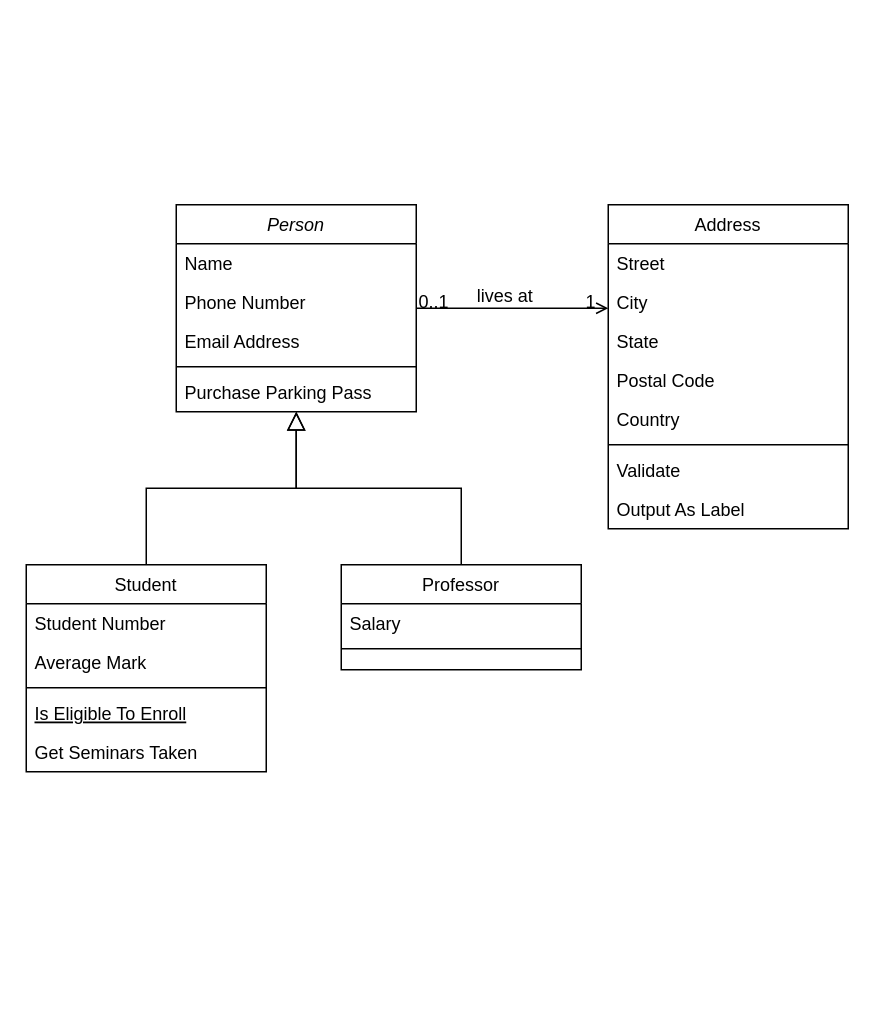
Earlier version of the draw.io diagram kelasdiagram.drawio (HusniHadiyani/jobsheet). Source tidied: cells renumbered, new cells numbered last; positions are measured from the earlier drawing's top-left corner, leaving out a move shared by most shapes. Both pictures are drawn from the tidied source at 150%, with x=0, y=0 at pixel (26, 204).
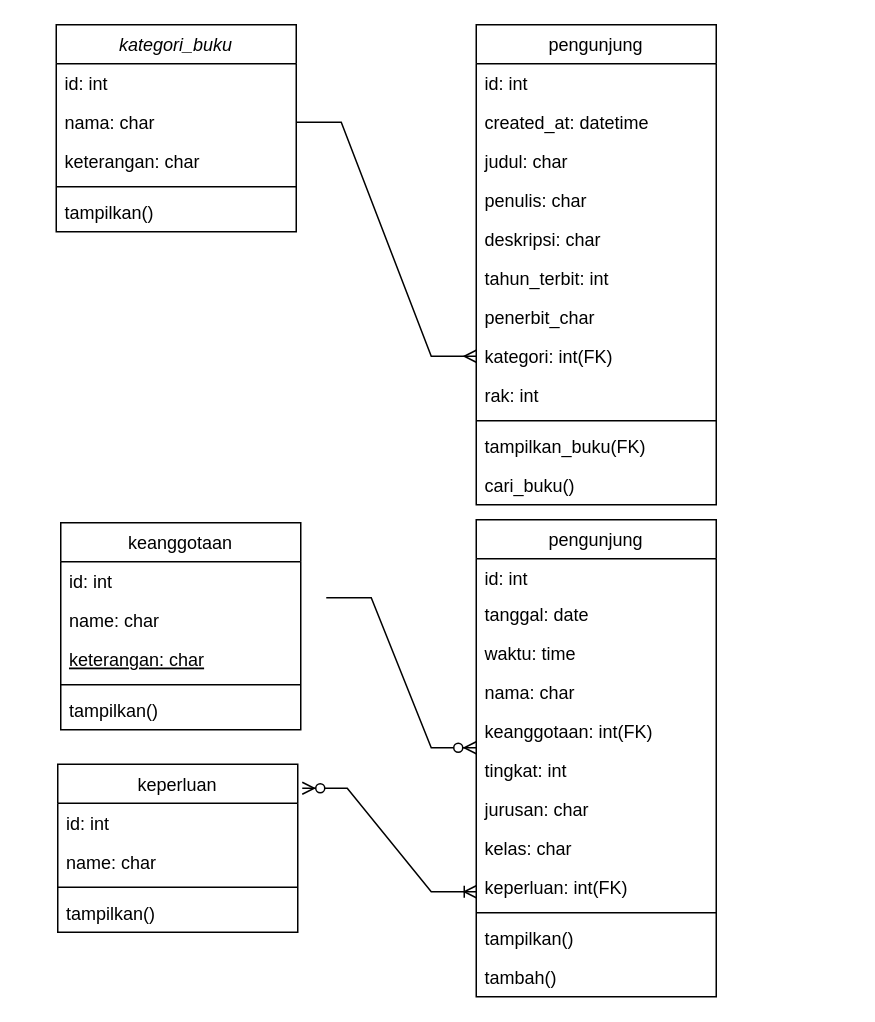
The same page after the edit.

The edit, as a diff of the source:
```diff
@@
-    <mxCell id="2" value="Person" style="swimlane;fontStyle=2;align=center;verticalAlign=top;horizontal=1;startSize=26;rounded=0;shadow=0;strokeWidth=1;" parent="1" vertex="1">
-      <mxGeometry x="100" width="160" height="138" as="geometry" />
+    <mxCell id="2" value="kategori_buku" style="swimlane;fontStyle=2;align=center;verticalAlign=top;horizontal=1;startSize=26;rounded=0;shadow=0;strokeWidth=1;" parent="1" vertex="1">
+      <mxGeometry x="20" y="-120" width="160" height="138" as="geometry" />
     </mxCell>
-    <mxCell id="3" value="Name" style="text;align=left;verticalAlign=top;spacingLeft=4;spacingRight=4;overflow=hidden;" parent="2" vertex="1">
+    <mxCell id="3" value="id: int" style="text;align=left;verticalAlign=top;spacingLeft=4;spacingRight=4;overflow=hidden;" parent="2" vertex="1">
       <mxGeometry y="26" width="160" height="26" as="geometry" />
     </mxCell>
-    <mxCell id="4" value="Phone Number" style="text;align=left;verticalAlign=top;spacingLeft=4;spacingRight=4;overflow=hidden;points=[[0,0.5],[1,0.5]];portConstraint=eastwest;rounded=0;shadow=0;html=0;" parent="2" vertex="1">
+    <mxCell id="4" value="nama: char" style="text;align=left;verticalAlign=top;spacingLeft=4;spacingRight=4;overflow=hidden;points=[[0,0.5],[1,0.5]];portConstraint=eastwest;rounded=0;shadow=0;html=0;" parent="2" vertex="1">
       <mxGeometry y="52" width="160" height="26" as="geometry" />
     </mxCell>
-    <mxCell id="5" value="Email Address" style="text;align=left;verticalAlign=top;spacingLeft=4;spacingRight=4;overflow=hidden;rounded=0;shadow=0;html=0;" parent="2" vertex="1">
+    <mxCell id="5" value="keterangan: char" style="text;align=left;verticalAlign=top;spacingLeft=4;spacingRight=4;overflow=hidden;rounded=0;shadow=0;html=0;" parent="2" vertex="1">
       <mxGeometry y="78" width="160" height="26" as="geometry" />
     </mxCell>
@@
-    <mxCell id="7" value="Purchase Parking Pass" style="text;align=left;verticalAlign=top;spacingLeft=4;spacingRight=4;overflow=hidden;" parent="2" vertex="1">
+    <mxCell id="7" value="tampilkan()" style="text;align=left;verticalAlign=top;spacingLeft=4;spacingRight=4;overflow=hidden;" parent="2" vertex="1">
       <mxGeometry y="112" width="160" height="26" as="geometry" />
     </mxCell>
-    <mxCell id="8" value="Student" style="swimlane;fontStyle=0;align=center;verticalAlign=top;horizontal=1;startSize=26;rounded=0;shadow=0;strokeWidth=1;" parent="1" vertex="1">
-      <mxGeometry y="240" width="160" height="138" as="geometry" />
+    <mxCell id="8" value="keanggotaan" style="swimlane;fontStyle=0;align=center;verticalAlign=top;horizontal=1;startSize=26;rounded=0;shadow=0;strokeWidth=1;" parent="1" vertex="1">
+      <mxGeometry x="23" y="212" width="160" height="138" as="geometry" />
     </mxCell>
-    <mxCell id="9" value="Student Number" style="text;align=left;verticalAlign=top;spacingLeft=4;spacingRight=4;overflow=hidden;" parent="8" vertex="1">
+    <mxCell id="9" value="id: int" style="text;align=left;verticalAlign=top;spacingLeft=4;spacingRight=4;overflow=hidden;" parent="8" vertex="1">
       <mxGeometry y="26" width="160" height="26" as="geometry" />
     </mxCell>
-    <mxCell id="10" value="Average Mark" style="text;align=left;verticalAlign=top;spacingLeft=4;spacingRight=4;overflow=hidden;rounded=0;shadow=0;html=0;" parent="8" vertex="1">
+    <mxCell id="10" value="name: char" style="text;align=left;verticalAlign=top;spacingLeft=4;spacingRight=4;overflow=hidden;rounded=0;shadow=0;html=0;" parent="8" vertex="1">
       <mxGeometry y="52" width="160" height="26" as="geometry" />
     </mxCell>
+    <mxCell id="12" value="keterangan: char" style="text;align=left;verticalAlign=top;spacingLeft=4;spacingRight=4;overflow=hidden;fontStyle=4;" parent="8" vertex="1">
+      <mxGeometry y="78" width="160" height="26" as="geometry" />
+    </mxCell>
     <mxCell id="11" style="line;html=1;strokeWidth=1;align=left;verticalAlign=middle;spacingTop=-1;spacingLeft=3;spacingRight=3;labelPosition=right;" parent="8" vertex="1">
-      <mxGeometry y="78" width="160" height="8" as="geometry" />
+      <mxGeometry y="104" width="160" height="8" as="geometry" />
     </mxCell>
-    <mxCell id="12" value="Is Eligible To Enroll" style="text;align=left;verticalAlign=top;spacingLeft=4;spacingRight=4;overflow=hidden;fontStyle=4;" parent="8" vertex="1">
-      <mxGeometry y="86" width="160" height="26" as="geometry" />
-    </mxCell>
-    <mxCell id="13" value="Get Seminars Taken" style="text;align=left;verticalAlign=top;spacingLeft=4;spacingRight=4;overflow=hidden;" parent="8" vertex="1">
+    <mxCell id="13" value="tampilkan()" style="text;align=left;verticalAlign=top;spacingLeft=4;spacingRight=4;overflow=hidden;" parent="8" vertex="1">
       <mxGeometry y="112" width="160" height="26" as="geometry" />
     </mxCell>
-    <mxCell id="14" style="endArrow=block;endSize=10;endFill=0;shadow=0;strokeWidth=1;rounded=0;edgeStyle=elbowEdgeStyle;elbow=vertical;" parent="1" edge="1" source="8" target="2">
-      <mxGeometry relative="1" as="geometry" />
-    </mxCell>
-    <mxCell id="15" value="Professor" style="swimlane;fontStyle=0;align=center;verticalAlign=top;horizontal=1;startSize=26;rounded=0;shadow=0;strokeWidth=1;" parent="1" vertex="1">
-      <mxGeometry x="210" y="240" width="160" height="70" as="geometry" />
-    </mxCell>
-    <mxCell id="16" value="Salary" style="text;align=left;verticalAlign=top;spacingLeft=4;spacingRight=4;overflow=hidden;" parent="15" vertex="1">
-      <mxGeometry y="26" width="160" height="26" as="geometry" />
-    </mxCell>
-    <mxCell id="17" style="line;html=1;strokeWidth=1;align=left;verticalAlign=middle;spacingTop=-1;spacingLeft=3;spacingRight=3;labelPosition=right;" parent="15" vertex="1">
-      <mxGeometry y="52" width="160" height="8" as="geometry" />
-    </mxCell>
-    <mxCell id="18" style="endArrow=block;endSize=10;endFill=0;shadow=0;strokeWidth=1;rounded=0;edgeStyle=elbowEdgeStyle;elbow=vertical;" parent="1" edge="1" source="15" target="2">
-      <mxGeometry relative="1" as="geometry" />
-    </mxCell>
-    <mxCell id="19" value="Address" style="swimlane;fontStyle=0;align=center;verticalAlign=top;horizontal=1;startSize=26;rounded=0;shadow=0;strokeWidth=1;" parent="1" vertex="1">
-      <mxGeometry x="388" width="160" height="216" as="geometry" />
+    <mxCell id="19" value="pengunjung" style="swimlane;fontStyle=0;align=center;verticalAlign=top;horizontal=1;startSize=26;rounded=0;shadow=0;strokeWidth=1;" parent="1" vertex="1">
+      <mxGeometry x="300" y="-120" width="160" height="320" as="geometry" />
     </mxCell>
-    <mxCell id="20" value="Street" style="text;align=left;verticalAlign=top;spacingLeft=4;spacingRight=4;overflow=hidden;" parent="19" vertex="1">
+    <mxCell id="20" value="id: int" style="text;align=left;verticalAlign=top;spacingLeft=4;spacingRight=4;overflow=hidden;" parent="19" vertex="1">
       <mxGeometry y="26" width="160" height="26" as="geometry" />
     </mxCell>
-    <mxCell id="21" value="City" style="text;align=left;verticalAlign=top;spacingLeft=4;spacingRight=4;overflow=hidden;rounded=0;shadow=0;html=0;" parent="19" vertex="1">
+    <mxCell id="21" value="created_at: datetime" style="text;align=left;verticalAlign=top;spacingLeft=4;spacingRight=4;overflow=hidden;rounded=0;shadow=0;html=0;" parent="19" vertex="1">
       <mxGeometry y="52" width="160" height="26" as="geometry" />
     </mxCell>
-    <mxCell id="22" value="State" style="text;align=left;verticalAlign=top;spacingLeft=4;spacingRight=4;overflow=hidden;rounded=0;shadow=0;html=0;" parent="19" vertex="1">
+    <mxCell id="22" value="judul: char" style="text;align=left;verticalAlign=top;spacingLeft=4;spacingRight=4;overflow=hidden;rounded=0;shadow=0;html=0;" parent="19" vertex="1">
       <mxGeometry y="78" width="160" height="26" as="geometry" />
     </mxCell>
-    <mxCell id="23" value="Postal Code" style="text;align=left;verticalAlign=top;spacingLeft=4;spacingRight=4;overflow=hidden;rounded=0;shadow=0;html=0;" parent="19" vertex="1">
+    <mxCell id="23" value="penulis: char" style="text;align=left;verticalAlign=top;spacingLeft=4;spacingRight=4;overflow=hidden;rounded=0;shadow=0;html=0;" parent="19" vertex="1">
       <mxGeometry y="104" width="160" height="26" as="geometry" />
     </mxCell>
-    <mxCell id="24" value="Country" style="text;align=left;verticalAlign=top;spacingLeft=4;spacingRight=4;overflow=hidden;rounded=0;shadow=0;html=0;" parent="19" vertex="1">
+    <mxCell id="24" value="deskripsi: char" style="text;align=left;verticalAlign=top;spacingLeft=4;spacingRight=4;overflow=hidden;rounded=0;shadow=0;html=0;" parent="19" vertex="1">
       <mxGeometry y="130" width="160" height="26" as="geometry" />
     </mxCell>
-    <mxCell id="25" style="line;html=1;strokeWidth=1;align=left;verticalAlign=middle;spacingTop=-1;spacingLeft=3;spacingRight=3;labelPosition=right;" parent="19" vertex="1">
-      <mxGeometry y="156" width="160" height="8" as="geometry" />
-    </mxCell>
-    <mxCell id="26" value="Validate" style="text;align=left;verticalAlign=top;spacingLeft=4;spacingRight=4;overflow=hidden;" parent="19" vertex="1">
-      <mxGeometry y="164" width="160" height="26" as="geometry" />
+    <mxCell id="26" value="tahun_terbit: int" style="text;align=left;verticalAlign=top;spacingLeft=4;spacingRight=4;overflow=hidden;" parent="19" vertex="1">
+      <mxGeometry y="156" width="160" height="26" as="geometry" />
     </mxCell>
-    <mxCell id="27" value="Output As Label" style="text;align=left;verticalAlign=top;spacingLeft=4;spacingRight=4;overflow=hidden;" parent="19" vertex="1">
-      <mxGeometry y="190" width="160" height="26" as="geometry" />
+    <mxCell id="27" value="penerbit_char" style="text;align=left;verticalAlign=top;spacingLeft=4;spacingRight=4;overflow=hidden;" parent="19" vertex="1">
+      <mxGeometry y="182" width="160" height="26" as="geometry" />
     </mxCell>
-    <mxCell id="28" style="endArrow=open;shadow=0;strokeWidth=1;rounded=0;endFill=1;edgeStyle=elbowEdgeStyle;elbow=vertical;" parent="1" edge="1" source="2" target="19">
-      <mxGeometry x="0.5" y="41" relative="1" as="geometry">
-        <mxPoint x="-40" y="32" as="offset" />
-      </mxGeometry>
-    </mxCell>
-    <mxCell id="29" value="0..1" style="align=left;verticalAlign=bottom;labelBackgroundColor=none;fontSize=12;" parent="28" vertex="1">
-      <mxGeometry x="-1" relative="1" as="geometry">
-        <mxPoint y="4" as="offset" />
-      </mxGeometry>
-    </mxCell>
-    <mxCell id="30" value="1" style="align=right;verticalAlign=bottom;labelBackgroundColor=none;fontSize=12;" parent="28" vertex="1">
-      <mxGeometry x="1" relative="1" as="geometry">
-        <mxPoint x="-7" y="4" as="offset" />
-      </mxGeometry>
-    </mxCell>
-    <mxCell id="31" value="lives at" style="text;html=1;align=center;verticalAlign=middle;labelBackgroundColor=none;rounded=0;shadow=0;strokeWidth=1;fontSize=12;" parent="28" vertex="1">
-      <mxGeometry x="0.5" y="49" relative="1" as="geometry">
-        <mxPoint x="-38" y="40" as="offset" />
-      </mxGeometry>
-    </mxCell>
+    <mxCell id="32" value="kategori: int(FK)" style="text;align=left;verticalAlign=top;spacingLeft=4;spacingRight=4;overflow=hidden;points=[[0,0.5],[1,0.5]];portConstraint=eastwest;" parent="19" vertex="1">
+      <mxGeometry y="208" width="160" height="26" as="geometry" />
+    </mxCell>
+    <mxCell id="33" value="rak: int" style="text;align=left;verticalAlign=top;spacingLeft=4;spacingRight=4;overflow=hidden;" parent="19" vertex="1">
+      <mxGeometry y="234" width="160" height="26" as="geometry" />
+    </mxCell>
+    <mxCell id="25" style="line;html=1;strokeWidth=1;align=left;verticalAlign=middle;spacingTop=-1;spacingLeft=3;spacingRight=3;labelPosition=right;" parent="19" vertex="1">
+      <mxGeometry y="260" width="160" height="8" as="geometry" />
+    </mxCell>
+    <mxCell id="34" value="tampilkan_buku(FK)" style="text;align=left;verticalAlign=top;spacingLeft=4;spacingRight=4;overflow=hidden;" parent="19" vertex="1">
+      <mxGeometry y="268" width="160" height="26" as="geometry" />
+    </mxCell>
+    <mxCell id="35" value="cari_buku()" style="text;align=left;verticalAlign=top;spacingLeft=4;spacingRight=4;overflow=hidden;" parent="19" vertex="1">
+      <mxGeometry y="294" width="160" height="26" as="geometry" />
+    </mxCell>
+    <mxCell id="36" value="pengunjung" style="swimlane;fontStyle=0;align=center;verticalAlign=top;horizontal=1;startSize=26;rounded=0;shadow=0;strokeWidth=1;" parent="1" vertex="1">
+      <mxGeometry x="300" y="210" width="160" height="318" as="geometry" />
+    </mxCell>
+    <mxCell id="37" value="id: int" style="text;align=left;verticalAlign=top;spacingLeft=4;spacingRight=4;overflow=hidden;" parent="36" vertex="1">
+      <mxGeometry y="26" width="160" height="24" as="geometry" />
+    </mxCell>
+    <mxCell id="38" value="tanggal: date" style="text;align=left;verticalAlign=top;spacingLeft=4;spacingRight=4;overflow=hidden;rounded=0;shadow=0;html=0;" parent="36" vertex="1">
+      <mxGeometry y="50" width="160" height="26" as="geometry" />
+    </mxCell>
+    <mxCell id="39" value="waktu: time" style="text;align=left;verticalAlign=top;spacingLeft=4;spacingRight=4;overflow=hidden;rounded=0;shadow=0;html=0;" parent="36" vertex="1">
+      <mxGeometry y="76" width="160" height="26" as="geometry" />
+    </mxCell>
+    <mxCell id="40" value="nama: char" style="text;align=left;verticalAlign=top;spacingLeft=4;spacingRight=4;overflow=hidden;rounded=0;shadow=0;html=0;" parent="36" vertex="1">
+      <mxGeometry y="102" width="160" height="26" as="geometry" />
+    </mxCell>
+    <mxCell id="41" value="keanggotaan: int(FK)" style="text;align=left;verticalAlign=top;spacingLeft=4;spacingRight=4;overflow=hidden;rounded=0;shadow=0;html=0;" parent="36" vertex="1">
+      <mxGeometry y="128" width="160" height="26" as="geometry" />
+    </mxCell>
+    <mxCell id="42" value="tingkat: int" style="text;align=left;verticalAlign=top;spacingLeft=4;spacingRight=4;overflow=hidden;" parent="36" vertex="1">
+      <mxGeometry y="154" width="160" height="26" as="geometry" />
+    </mxCell>
+    <mxCell id="43" value="jurusan: char" style="text;align=left;verticalAlign=top;spacingLeft=4;spacingRight=4;overflow=hidden;" parent="36" vertex="1">
+      <mxGeometry y="180" width="160" height="26" as="geometry" />
+    </mxCell>
+    <mxCell id="44" value="kelas: char" style="text;align=left;verticalAlign=top;spacingLeft=4;spacingRight=4;overflow=hidden;" parent="36" vertex="1">
+      <mxGeometry y="206" width="160" height="26" as="geometry" />
+    </mxCell>
+    <mxCell id="45" value="keperluan: int(FK)" style="text;align=left;verticalAlign=top;spacingLeft=4;spacingRight=4;overflow=hidden;" parent="36" vertex="1">
+      <mxGeometry y="232" width="160" height="26" as="geometry" />
+    </mxCell>
+    <mxCell id="46" style="line;html=1;strokeWidth=1;align=left;verticalAlign=middle;spacingTop=-1;spacingLeft=3;spacingRight=3;labelPosition=right;" parent="36" vertex="1">
+      <mxGeometry y="258" width="160" height="8" as="geometry" />
+    </mxCell>
+    <mxCell id="47" value="tampilkan()" style="text;align=left;verticalAlign=top;spacingLeft=4;spacingRight=4;overflow=hidden;" parent="36" vertex="1">
+      <mxGeometry y="266" width="160" height="26" as="geometry" />
+    </mxCell>
+    <mxCell id="48" value="tambah()" style="text;align=left;verticalAlign=top;spacingLeft=4;spacingRight=4;overflow=hidden;" parent="36" vertex="1">
+      <mxGeometry y="292" width="160" height="26" as="geometry" />
+    </mxCell>
+    <mxCell id="49" value="keperluan" style="swimlane;fontStyle=0;align=center;verticalAlign=top;horizontal=1;startSize=26;rounded=0;shadow=0;strokeWidth=1;" parent="1" vertex="1">
+      <mxGeometry x="21" y="373" width="160" height="112" as="geometry" />
+    </mxCell>
+    <mxCell id="50" value="id: int" style="text;align=left;verticalAlign=top;spacingLeft=4;spacingRight=4;overflow=hidden;" parent="49" vertex="1">
+      <mxGeometry y="26" width="160" height="26" as="geometry" />
+    </mxCell>
+    <mxCell id="51" value="name: char" style="text;align=left;verticalAlign=top;spacingLeft=4;spacingRight=4;overflow=hidden;rounded=0;shadow=0;html=0;" parent="49" vertex="1">
+      <mxGeometry y="52" width="160" height="26" as="geometry" />
+    </mxCell>
+    <mxCell id="52" style="line;html=1;strokeWidth=1;align=left;verticalAlign=middle;spacingTop=-1;spacingLeft=3;spacingRight=3;labelPosition=right;" parent="49" vertex="1">
+      <mxGeometry y="78" width="160" height="8" as="geometry" />
+    </mxCell>
+    <mxCell id="53" value="tampilkan()" style="text;align=left;verticalAlign=top;spacingLeft=4;spacingRight=4;overflow=hidden;" parent="49" vertex="1">
+      <mxGeometry y="86" width="160" height="26" as="geometry" />
+    </mxCell>
+    <mxCell id="54" style="edgeStyle=entityRelationEdgeStyle;fontSize=12;html=1;endArrow=ERmany;rounded=0;entryX=0;entryY=0.5;entryDx=0;entryDy=0;" parent="1" edge="1" source="4" target="32">
+      <mxGeometry relative="1" as="geometry" />
+    </mxCell>
+    <mxCell id="55" style="edgeStyle=entityRelationEdgeStyle;fontSize=12;html=1;endArrow=ERzeroToMany;endFill=1;rounded=0;" parent="1" edge="1">
+      <mxGeometry relative="1" as="geometry">
+        <mxPoint x="200" y="262" as="sourcePoint" />
+        <mxPoint x="300" y="362" as="targetPoint" />
+        <Array as="points">
+          <mxPoint x="220" y="282" />
+          <mxPoint x="230" y="352" />
+          <mxPoint x="290" y="309" />
+          <mxPoint x="280" y="342" />
+          <mxPoint x="280" y="292" />
+        </Array>
+      </mxGeometry>
+    </mxCell>
+    <mxCell id="56" style="edgeStyle=entityRelationEdgeStyle;fontSize=12;html=1;endArrow=ERoneToMany;startArrow=ERzeroToMany;rounded=0;exitX=1.025;exitY=0.098;exitDx=0;exitDy=0;exitPerimeter=0;" parent="1" edge="1">
+      <mxGeometry relative="1" as="geometry">
+        <mxPoint x="184" y="389" as="sourcePoint" />
+        <mxPoint x="300" y="458" as="targetPoint" />
+        <Array as="points">
+          <mxPoint x="250" y="518" />
+        </Array>
+      </mxGeometry>
+    </mxCell>
```
